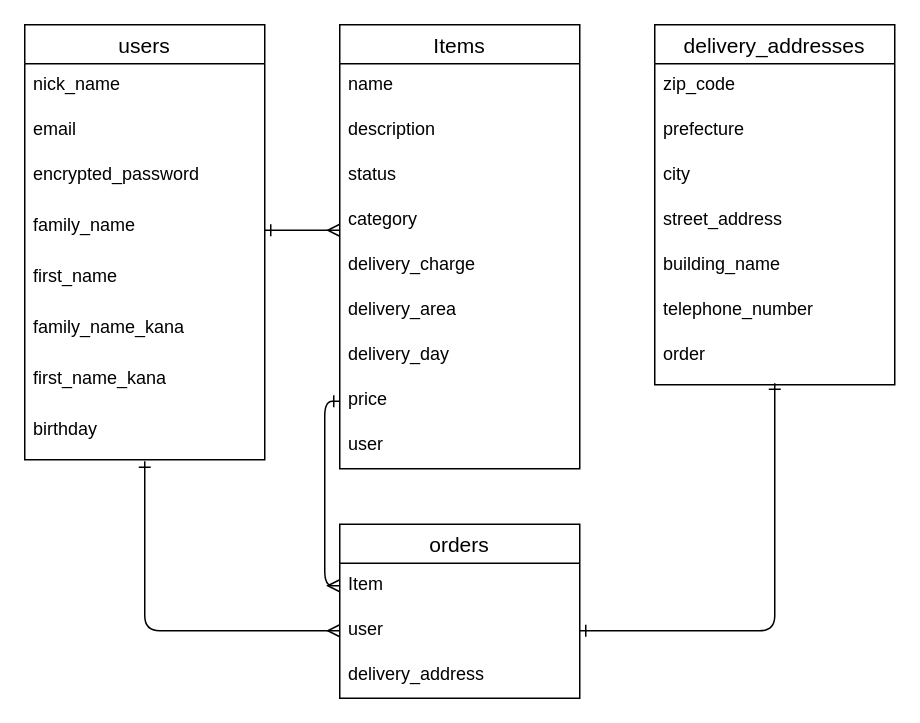
Earlier version of the draw.io diagram test.dio (mitstaku/furima-39657). Source tidied: cells renumbered, new cells numbered last; positions are measured from the earlier drawing's top-left corner, leaving out a move shared by most shapes. Both pictures are drawn from the tidied source at 150%, with x=0, y=0 at pixel (24, 24).
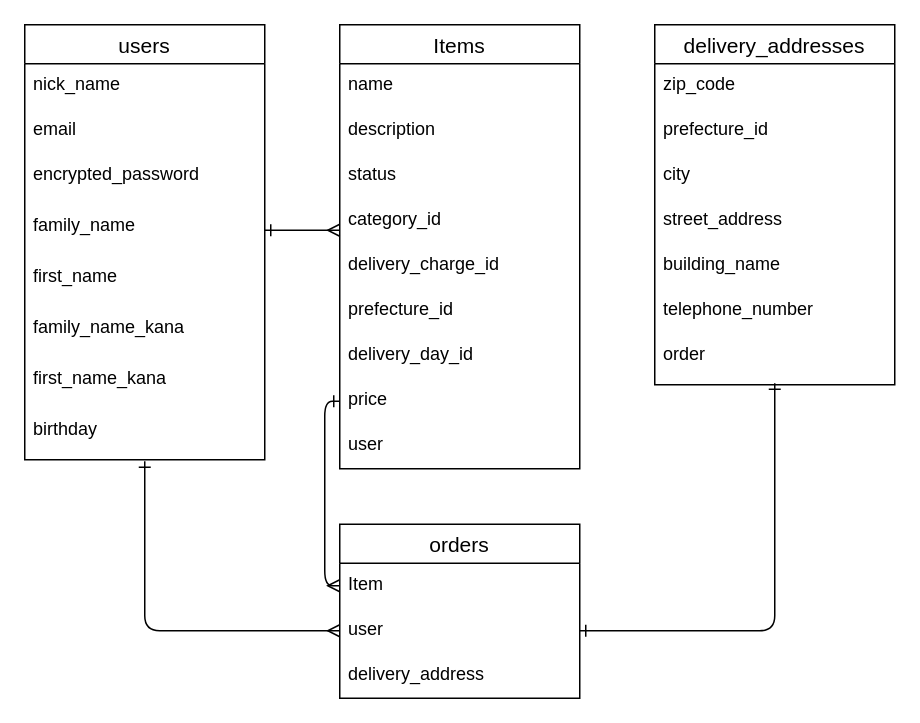
The same page after the edit.

Commit message (it also covers changes not shown here):
データベース設計４

Unchanged cells that the change refers to:
```xml
<mxCell id="11" value="Items" style="swimlane;fontStyle=0;horizontal=1;startSize=26;align=center;fontSize=14;" parent="1" vertex="1">
  <mxGeometry x="210" width="160" height="296" as="geometry" />
</mxCell>
<mxCell id="21" value="delivery_addresses" style="swimlane;fontStyle=0;horizontal=1;startSize=26;align=center;fontSize=14;" parent="1" vertex="1">
  <mxGeometry x="420" width="160" height="240" as="geometry" />
</mxCell>
```

The edit, as a diff of the source:
```diff
@@
-    <mxCell id="15" value="category" style="text;strokeColor=none;fillColor=none;spacingLeft=4;spacingRight=4;overflow=hidden;fontSize=12;" parent="11" vertex="1">
+    <mxCell id="15" value="category_id" style="text;strokeColor=none;fillColor=none;spacingLeft=4;spacingRight=4;overflow=hidden;fontSize=12;" parent="11" vertex="1">
       <mxGeometry y="116" width="160" height="30" as="geometry" />
     </mxCell>
-    <mxCell id="16" value="delivery_charge" style="text;strokeColor=none;fillColor=none;spacingLeft=4;spacingRight=4;overflow=hidden;fontSize=12;" parent="11" vertex="1">
+    <mxCell id="16" value="delivery_charge_id" style="text;strokeColor=none;fillColor=none;spacingLeft=4;spacingRight=4;overflow=hidden;fontSize=12;" parent="11" vertex="1">
       <mxGeometry y="146" width="160" height="30" as="geometry" />
     </mxCell>
-    <mxCell id="17" value="delivery_area" style="text;strokeColor=none;fillColor=none;spacingLeft=4;spacingRight=4;overflow=hidden;fontSize=12;" parent="11" vertex="1">
+    <mxCell id="17" value="prefecture_id" style="text;strokeColor=none;fillColor=none;spacingLeft=4;spacingRight=4;overflow=hidden;fontSize=12;" parent="11" vertex="1">
       <mxGeometry y="176" width="160" height="30" as="geometry" />
     </mxCell>
-    <mxCell id="18" value="delivery_day" style="text;strokeColor=none;fillColor=none;spacingLeft=4;spacingRight=4;overflow=hidden;fontSize=12;" parent="11" vertex="1">
+    <mxCell id="18" value="delivery_day_id" style="text;strokeColor=none;fillColor=none;spacingLeft=4;spacingRight=4;overflow=hidden;fontSize=12;" parent="11" vertex="1">
       <mxGeometry y="206" width="160" height="30" as="geometry" />
     </mxCell>
@@
-    <mxCell id="23" value="prefecture" style="text;strokeColor=none;fillColor=none;spacingLeft=4;spacingRight=4;overflow=hidden;fontSize=12;" parent="21" vertex="1">
+    <mxCell id="23" value="prefecture_id" style="text;strokeColor=none;fillColor=none;spacingLeft=4;spacingRight=4;overflow=hidden;fontSize=12;" parent="21" vertex="1">
       <mxGeometry y="56" width="160" height="30" as="geometry" />
     </mxCell>
```
